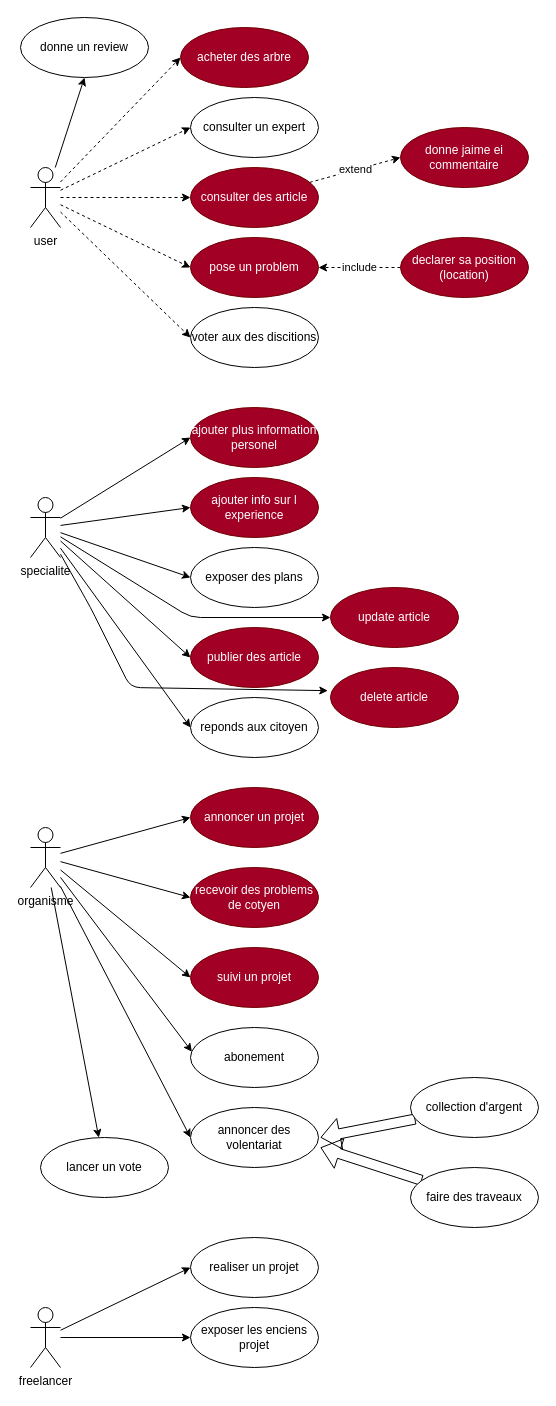
This is server/useCase.drawio from Mohamed-bek/Start_up, a draw.io file, before an edit. Source tidied: cells renumbered, new cells numbered last; positions are measured from the earlier drawing's top-left corner, leaving out a move shared by most shapes. Both pictures are drawn from the tidied source at 100%, with x=0, y=0 at pixel (20, 17).
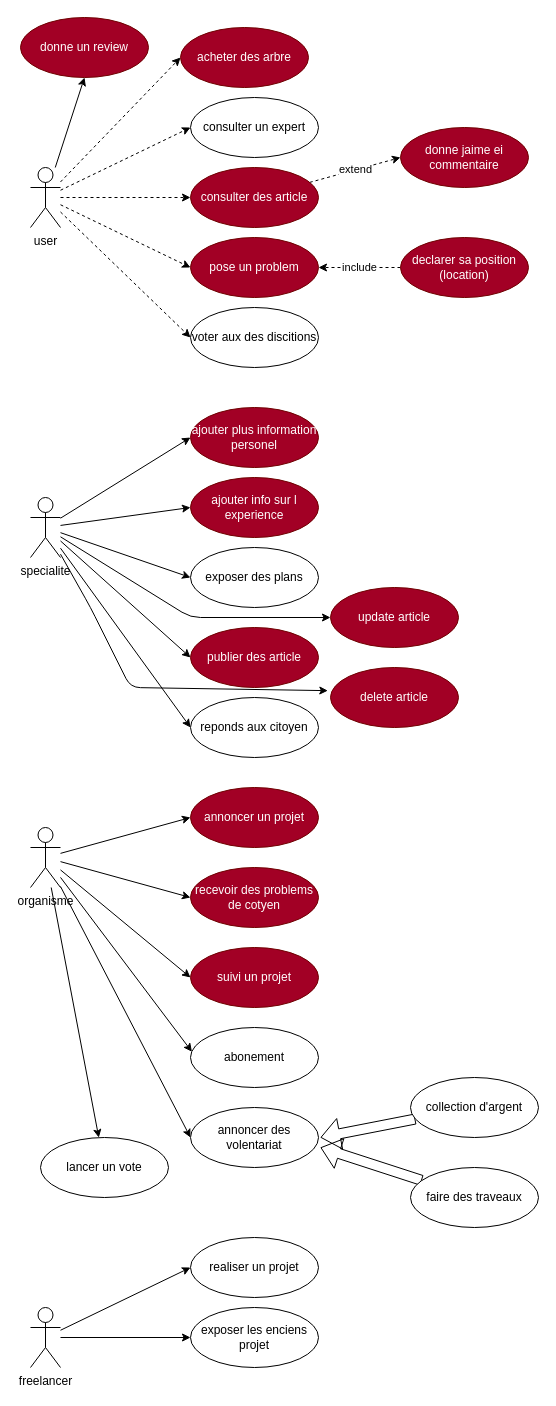
Above is the later version.

The edit, as a diff of the source:
```diff
@@
-    <mxCell id="49" value="donne un review" style="ellipse;whiteSpace=wrap;html=1;" parent="1" vertex="1">
+    <mxCell id="49" value="donne un review" style="ellipse;whiteSpace=wrap;html=1;fillColor=#a20025;fontColor=#ffffff;strokeColor=#6F0000;" parent="1" vertex="1">
       <mxGeometry width="128" height="60" as="geometry" />
     </mxCell>
```
